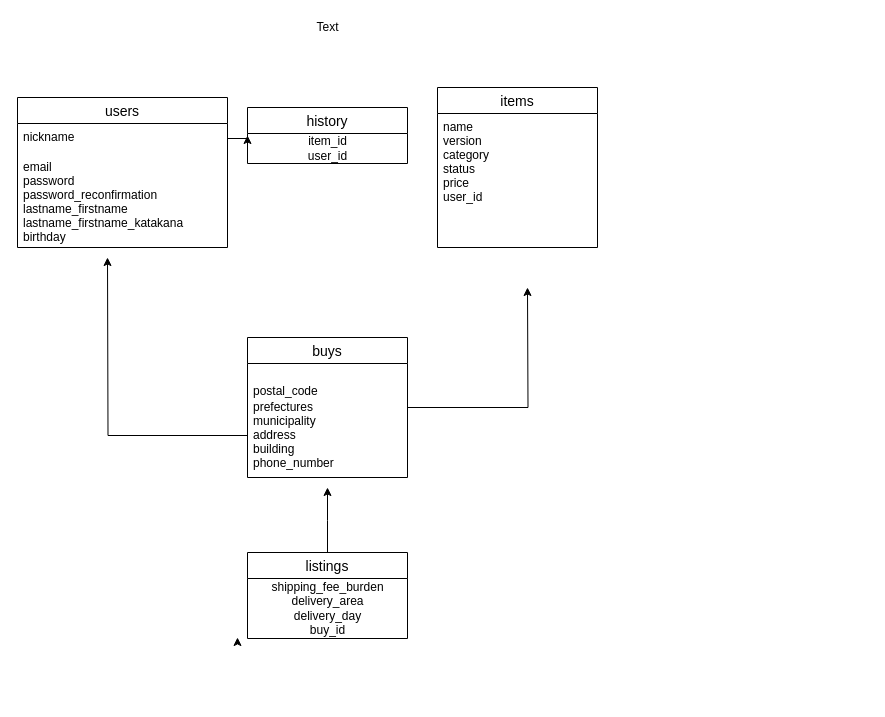
Earlier version of the draw.io diagram furima.dio (yukiukisato/furima-34777). Source tidied: cells renumbered, new cells numbered last; positions are measured from the earlier drawing's top-left corner, leaving out a move shared by most shapes. Both pictures are drawn from the tidied source at 100%, with x=0, y=0 at pixel (17, 17).
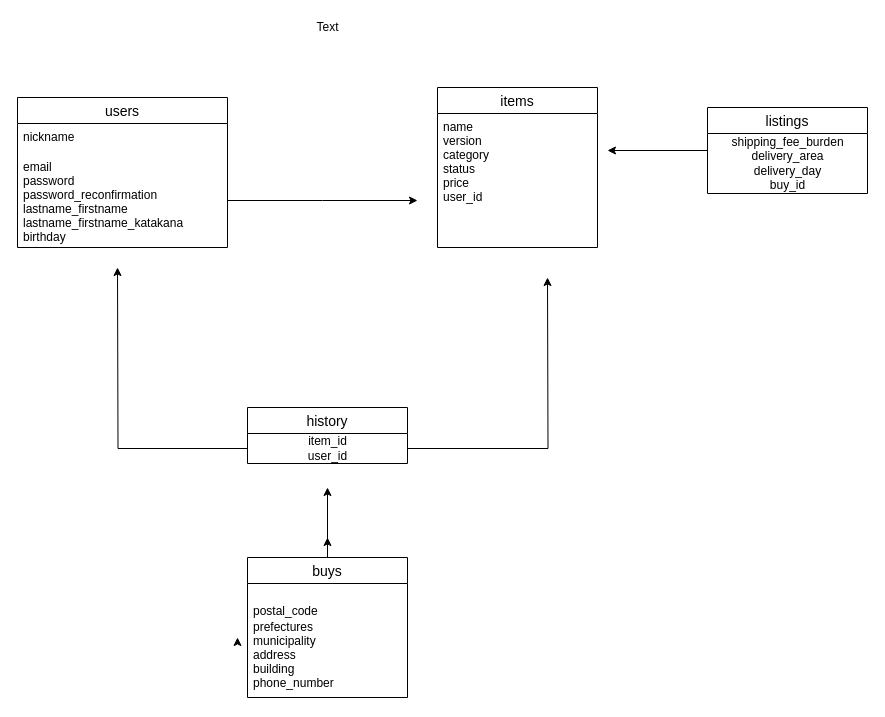
After the change.

The change refers to these unchanged cells:
```xml
<mxCell id="3" value="nickname" style="text;strokeColor=none;fillColor=none;spacingLeft=4;spacingRight=4;overflow=hidden;points=[[0,0.5],[1,0.5]];portConstraint=eastwest;fontSize=12;" parent="2" vertex="1">
  <mxGeometry y="26" width="210" height="30" as="geometry" />
</mxCell>
<mxCell id="4" value="email&#10;password&#10;password_reconfirmation&#10;lastname_firstname&#10;lastname_firstname_katakana&#10;birthday" style="text;strokeColor=none;fillColor=none;spacingLeft=4;spacingRight=4;overflow=hidden;points=[[0,0.5],[1,0.5]];portConstraint=eastwest;fontSize=12;" parent="2" vertex="1">
  <mxGeometry y="56" width="210" height="94" as="geometry" />
</mxCell>
<mxCell id="10" value="prefectures&#10;municipality&#10;address&#10;building&#10;phone_number" style="text;strokeColor=none;fillColor=none;spacingLeft=4;spacingRight=4;overflow=hidden;points=[[0,0.5],[1,0.5]];portConstraint=eastwest;fontSize=12;" parent="8" vertex="1">
  <mxGeometry y="56" width="160" height="84" as="geometry" />
</mxCell>
```

The edit, as a diff of the source:
```diff
@@
-    <mxCell id="7" style="edgeStyle=orthogonalEdgeStyle;rounded=0;jettySize=auto;html=1;" parent="1" edge="1" source="8">
-      <mxGeometry relative="1" as="geometry">
-        <mxPoint x="510" y="270" as="targetPoint" />
-      </mxGeometry>
-    </mxCell>
+    <mxCell id="21" style="edgeStyle=orthogonalEdgeStyle;rounded=0;jettySize=auto;html=1;" parent="1" edge="1" source="8">
+      <mxGeometry relative="1" as="geometry">
+        <mxPoint x="310" y="520" as="targetPoint" />
+      </mxGeometry>
+    </mxCell>
+    <mxCell id="22" style="edgeStyle=orthogonalEdgeStyle;rounded=0;jettySize=auto;html=1;" parent="1" edge="1" source="8">
+      <mxGeometry relative="1" as="geometry">
+        <mxPoint x="310" y="470" as="targetPoint" />
+      </mxGeometry>
+    </mxCell>
     <mxCell id="8" value="buys" style="swimlane;fontStyle=0;horizontal=1;startSize=26;align=center;fontSize=14;" parent="1" vertex="1">
-      <mxGeometry x="230" y="320" width="160" height="140" as="geometry" />
+      <mxGeometry x="230" y="540" width="160" height="140" as="geometry" />
     </mxCell>
@@
-    <mxCell id="12" style="edgeStyle=orthogonalEdgeStyle;rounded=0;jettySize=auto;html=1;" parent="1" edge="1" source="10">
-      <mxGeometry relative="1" as="geometry">
-        <mxPoint x="90" y="240" as="targetPoint" />
-      </mxGeometry>
-    </mxCell>
     <mxCell id="13" value="history" style="swimlane;fontStyle=0;horizontal=1;startSize=26;align=center;fontSize=14;" parent="1" vertex="1">
-      <mxGeometry x="230" y="90" width="160" height="56" as="geometry" />
+      <mxGeometry x="230" y="390" width="160" height="56" as="geometry" />
     </mxCell>
+    <mxCell id="15" value="item_id&lt;br&gt;user_id" style="text;html=1;align=center;verticalAlign=middle;points=[];" parent="13" vertex="1">
+      <mxGeometry y="26" width="160" height="30" as="geometry" />
+    </mxCell>
@@
-    <mxCell id="15" value="item_id&lt;br&gt;user_id" style="text;html=1;align=center;verticalAlign=middle;points=[];" parent="1" vertex="1">
-      <mxGeometry x="285" y="116" width="50" height="30" as="geometry" />
-    </mxCell>
-    <mxCell id="16" style="edgeStyle=orthogonalEdgeStyle;rounded=0;jettySize=auto;html=1;" parent="1" edge="1" source="17">
-      <mxGeometry relative="1" as="geometry">
-        <mxPoint x="310" y="470" as="targetPoint" />
-      </mxGeometry>
-    </mxCell>
+    <mxCell id="23" style="edgeStyle=orthogonalEdgeStyle;rounded=0;jettySize=auto;html=1;" parent="1" edge="1" source="17">
+      <mxGeometry relative="1" as="geometry">
+        <mxPoint x="590" y="133" as="targetPoint" />
+      </mxGeometry>
+    </mxCell>
     <mxCell id="17" value="listings" style="swimlane;fontStyle=0;horizontal=1;startSize=26;align=center;fontSize=14;" parent="1" vertex="1">
-      <mxGeometry x="230" y="535" width="160" height="86" as="geometry" />
+      <mxGeometry x="690" y="90" width="160" height="86" as="geometry" />
     </mxCell>
@@
-    <mxCell id="20" style="edgeStyle=orthogonalEdgeStyle;rounded=0;jettySize=auto;html=1;exitX=1;exitY=0.5;exitDx=0;exitDy=0;entryX=0;entryY=0.5;entryDx=0;entryDy=0;" parent="1" edge="1" source="3" target="13">
-      <mxGeometry relative="1" as="geometry" />
-    </mxCell>
+    <mxCell id="24" style="edgeStyle=orthogonalEdgeStyle;rounded=0;jettySize=auto;html=1;" parent="1" edge="1" source="4">
+      <mxGeometry relative="1" as="geometry">
+        <mxPoint x="400" y="183" as="targetPoint" />
+      </mxGeometry>
+    </mxCell>
+    <mxCell id="25" style="edgeStyle=orthogonalEdgeStyle;rounded=0;jettySize=auto;html=1;" parent="1" edge="1" source="15">
+      <mxGeometry relative="1" as="geometry">
+        <mxPoint x="100" y="250" as="targetPoint" />
+      </mxGeometry>
+    </mxCell>
+    <mxCell id="26" style="edgeStyle=orthogonalEdgeStyle;rounded=0;jettySize=auto;html=1;" parent="1" edge="1" source="15">
+      <mxGeometry relative="1" as="geometry">
+        <mxPoint x="530" y="260" as="targetPoint" />
+      </mxGeometry>
+    </mxCell>
```
